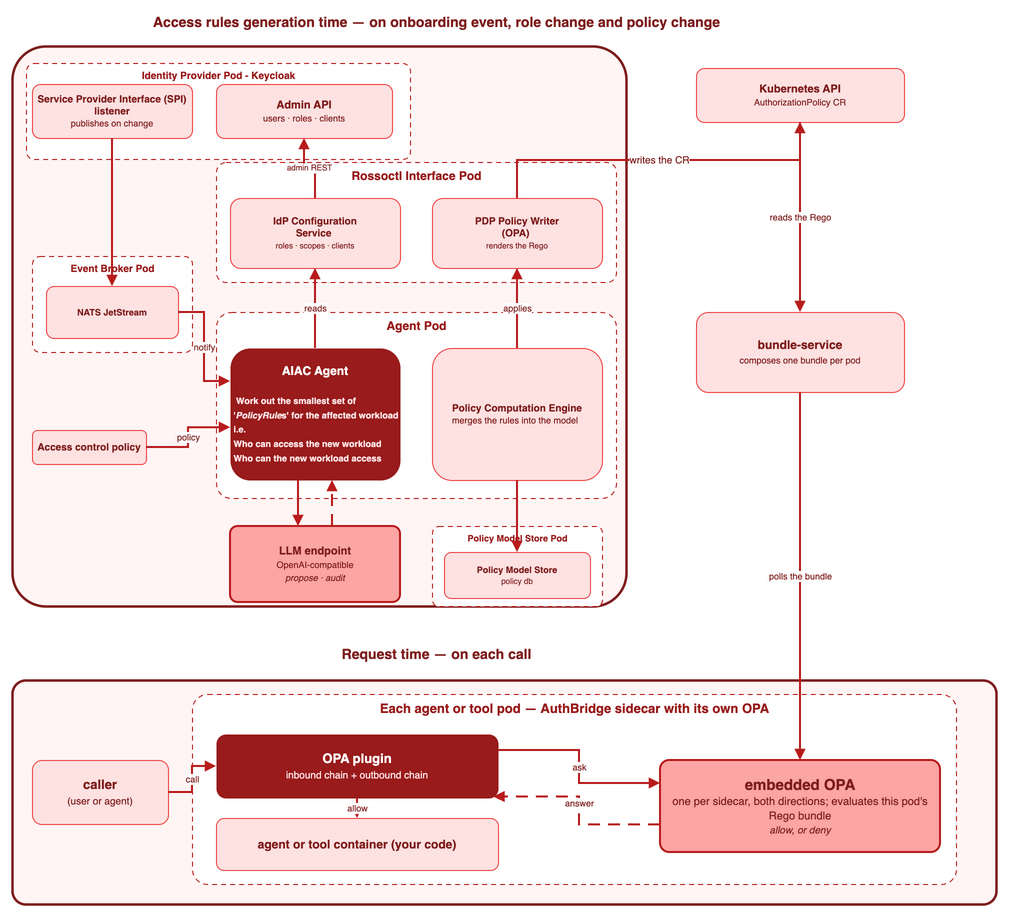
Above: docs/presentations/aiac-architecture.drawio.png in rossoctl/aiac (draw.io), before the change. Source tidied: cells renumbered, new cells last; positions are measured from the earlier drawing's top-left corner, leaving out a move shared by most shapes.
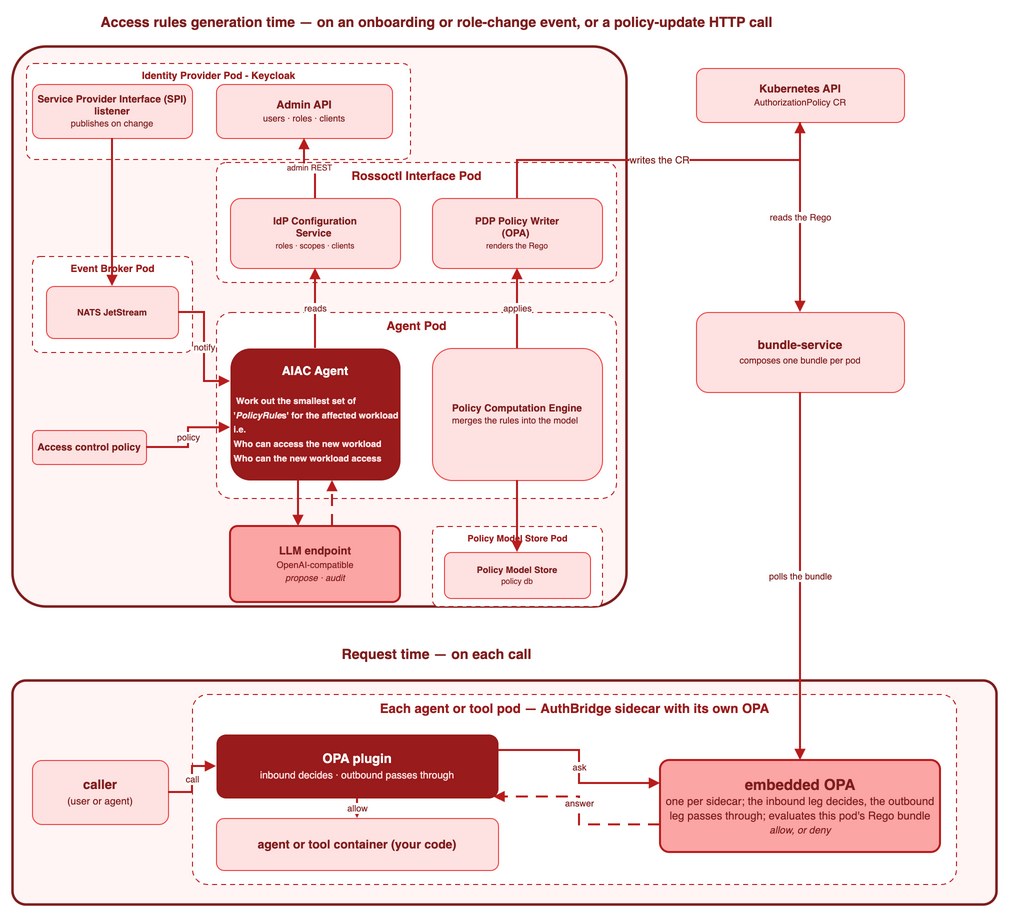
The same diagram one commit later.

Change to the diagram source:
```diff
@@ -5,7 +5,7 @@
     <mxCell id="2" style="rounded=1;arcSize=6;html=1;fillColor=#fff5f5;strokeColor=#7f1d1d;strokeWidth=2.5;" parent="1" vertex="1">
       <mxGeometry y="36" width="614" height="560" as="geometry" />
     </mxCell>
-    <mxCell id="3" value="Access rules generation time — on onboarding event, role change and policy change" style="text;html=1;align=center;verticalAlign=middle;fontSize=14;fontStyle=1;fontColor=#7f1d1d;" parent="1" vertex="1">
+    <mxCell id="3" value="Access rules generation time — on an onboarding or role-change event, or a policy-update HTTP call" style="text;html=1;align=center;verticalAlign=middle;fontSize=14;fontStyle=1;fontColor=#7f1d1d;" parent="1" vertex="1">
       <mxGeometry width="848" height="24" as="geometry" />
     </mxCell>
     <mxCell id="4" style="rounded=1;arcSize=6;html=1;fillColor=#fff5f5;strokeColor=#7f1d1d;strokeWidth=2.5;" parent="1" vertex="1">
@@ -20,12 +20,12 @@
     <mxCell id="7" value="&lt;b&gt;Admin API&lt;/b&gt;&lt;br&gt;&lt;font style=&quot;font-size:9px&quot;&gt;users · roles · clients&lt;/font&gt;" style="rounded=1;whiteSpace=wrap;html=1;fillColor=#fee2e2;strokeColor=#ef4444;fontColor=#7f1d1d;fontSize=11;" parent="6" vertex="1">
       <mxGeometry x="190" y="21" width="176" height="54" as="geometry" />
     </mxCell>
+    <mxCell id="9" value="&lt;b&gt;Service Provider Interface (SPI) listener&lt;/b&gt;&lt;br&gt;&lt;font style=&quot;font-size:9px&quot;&gt;publishes on change&lt;/font&gt;" style="rounded=1;whiteSpace=wrap;html=1;fillColor=#fee2e2;strokeColor=#ef4444;fontColor=#7f1d1d;fontSize=10;" parent="6" vertex="1">
+      <mxGeometry x="6" y="21" width="160" height="54" as="geometry" />
+    </mxCell>
     <mxCell id="8" value="&lt;b&gt;Kubernetes API&lt;/b&gt;&lt;br&gt;&lt;font style='font-size:9px'&gt;AuthorizationPolicy CR&lt;/font&gt;" style="rounded=1;whiteSpace=wrap;html=1;fillColor=#fee2e2;strokeColor=#ef4444;fontColor=#7f1d1d;fontSize=11;" parent="1" vertex="1">
       <mxGeometry x="684" y="58" width="208" height="54" as="geometry" />
     </mxCell>
-    <mxCell id="9" value="&lt;b&gt;Service Provider Interface (SPI) listener&lt;/b&gt;&lt;br&gt;&lt;font style=&quot;font-size:9px&quot;&gt;publishes on change&lt;/font&gt;" style="rounded=1;whiteSpace=wrap;html=1;fillColor=#fee2e2;strokeColor=#ef4444;fontColor=#7f1d1d;fontSize=10;" parent="6" vertex="1">
-      <mxGeometry x="6" y="21" width="160" height="54" as="geometry" />
-    </mxCell>
     <mxCell id="10" value="Event Broker Pod" style="rounded=1;arcSize=8;html=1;dashed=1;dashPattern=5 4;fillColor=#ffffff;strokeColor=#b91c1c;fontColor=#991b1b;fontSize=10;fontStyle=1;verticalAlign=top;" parent="1" vertex="1">
       <mxGeometry x="20" y="246" width="160" height="96" as="geometry" />
     </mxCell>
@@ -71,13 +71,13 @@
     <mxCell id="24" value="Each agent or tool pod — AuthBridge sidecar with its own OPA" style="rounded=1;arcSize=8;html=1;dashed=1;dashPattern=5 4;fillColor=#ffffff;strokeColor=#b91c1c;fontColor=#991b1b;fontSize=13;fontStyle=1;verticalAlign=top;" parent="1" vertex="1">
       <mxGeometry x="180" y="684" width="764" height="190" as="geometry" />
     </mxCell>
-    <mxCell id="25" value="&lt;b&gt;OPA plugin&lt;/b&gt;&lt;br&gt;&lt;font color=&quot;#ffe4e6&quot; style=&quot;font-size: 10px;&quot;&gt;inbound chain + outbound chain&lt;/font&gt;" style="rounded=1;whiteSpace=wrap;html=1;fillColor=#991b1b;strokeColor=none;fontColor=#ffffff;fontSize=13;" parent="24" vertex="1">
+    <mxCell id="25" value="&lt;b&gt;OPA plugin&lt;/b&gt;&lt;br&gt;&lt;font color=&quot;#ffe4e6&quot; style=&quot;font-size: 10px;&quot;&gt;inbound decides · outbound passes through&lt;/font&gt;" style="rounded=1;whiteSpace=wrap;html=1;fillColor=#991b1b;strokeColor=none;fontColor=#ffffff;fontSize=13;" parent="24" vertex="1">
       <mxGeometry x="24" y="40" width="282" height="64" as="geometry" />
     </mxCell>
     <mxCell id="26" value="&lt;b&gt;agent or tool container (your code)&lt;/b&gt;" style="rounded=1;whiteSpace=wrap;html=1;fillColor=#fee2e2;strokeColor=#ef4444;fontColor=#7f1d1d;fontSize=12;" parent="24" vertex="1">
       <mxGeometry x="24" y="124" width="282" height="52" as="geometry" />
     </mxCell>
-    <mxCell id="27" value="&lt;b&gt;&lt;font style=&quot;font-size:15px&quot;&gt;embedded OPA&lt;/font&gt;&lt;/b&gt;&lt;br&gt;&lt;font style=&quot;font-size:11px&quot;&gt;one per sidecar, both directions; evaluates this pod's Rego bundle&lt;/font&gt;&lt;br&gt;&lt;i&gt;&lt;font style=&quot;font-size:10px&quot;&gt;allow, or deny&lt;/font&gt;&lt;/i&gt;" style="rounded=1;arcSize=10;whiteSpace=wrap;html=1;fillColor=#fca5a5;strokeColor=#b91c1c;strokeWidth=2;fontColor=#7f1d1d;" parent="24" vertex="1">
+    <mxCell id="27" value="&lt;b&gt;&lt;font style=&quot;font-size:15px&quot;&gt;embedded OPA&lt;/font&gt;&lt;/b&gt;&lt;br&gt;&lt;font style=&quot;font-size:11px&quot;&gt;one per sidecar; the inbound leg decides, the outbound leg passes through; evaluates this pod's Rego bundle&lt;/font&gt;&lt;br&gt;&lt;i&gt;&lt;font style=&quot;font-size:10px&quot;&gt;allow, or deny&lt;/font&gt;&lt;/i&gt;" style="rounded=1;arcSize=10;whiteSpace=wrap;html=1;fillColor=#fca5a5;strokeColor=#b91c1c;strokeWidth=2;fontColor=#7f1d1d;" parent="24" vertex="1">
       <mxGeometry x="468" y="66" width="280" height="92" as="geometry" />
     </mxCell>
     <mxCell id="28" style="edgeStyle=orthogonalEdgeStyle;rounded=0;html=1;strokeColor=#b91c1c;strokeWidth=2;endArrow=block;endFill=1;exitX=0.5;exitY=1;entryX=0.5;entryY=0;" parent="1" edge="1" source="9" target="11">
```
